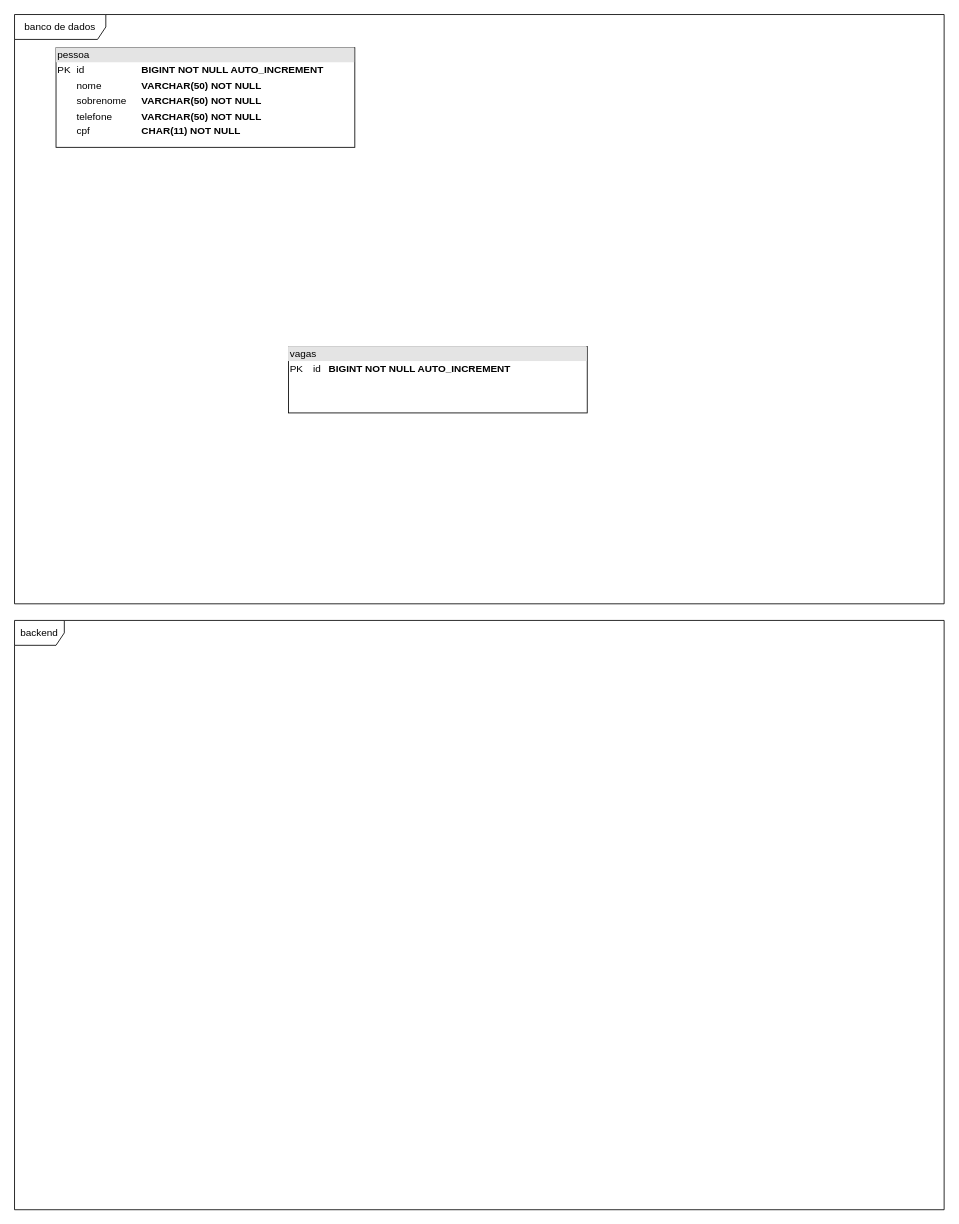
Before: page "EQ4" (4 of 8) of equipes.drawio in hannaBanannaOF/entra21-git-inicio, a draw.io diagram. Source tidied: cells renumbered, new cells numbered last; positions are measured from the earlier drawing's top-left corner, leaving out a move shared by most shapes. Both pictures are drawn from the tidied source at 83%, with x=0, y=0 at pixel (14, 14).
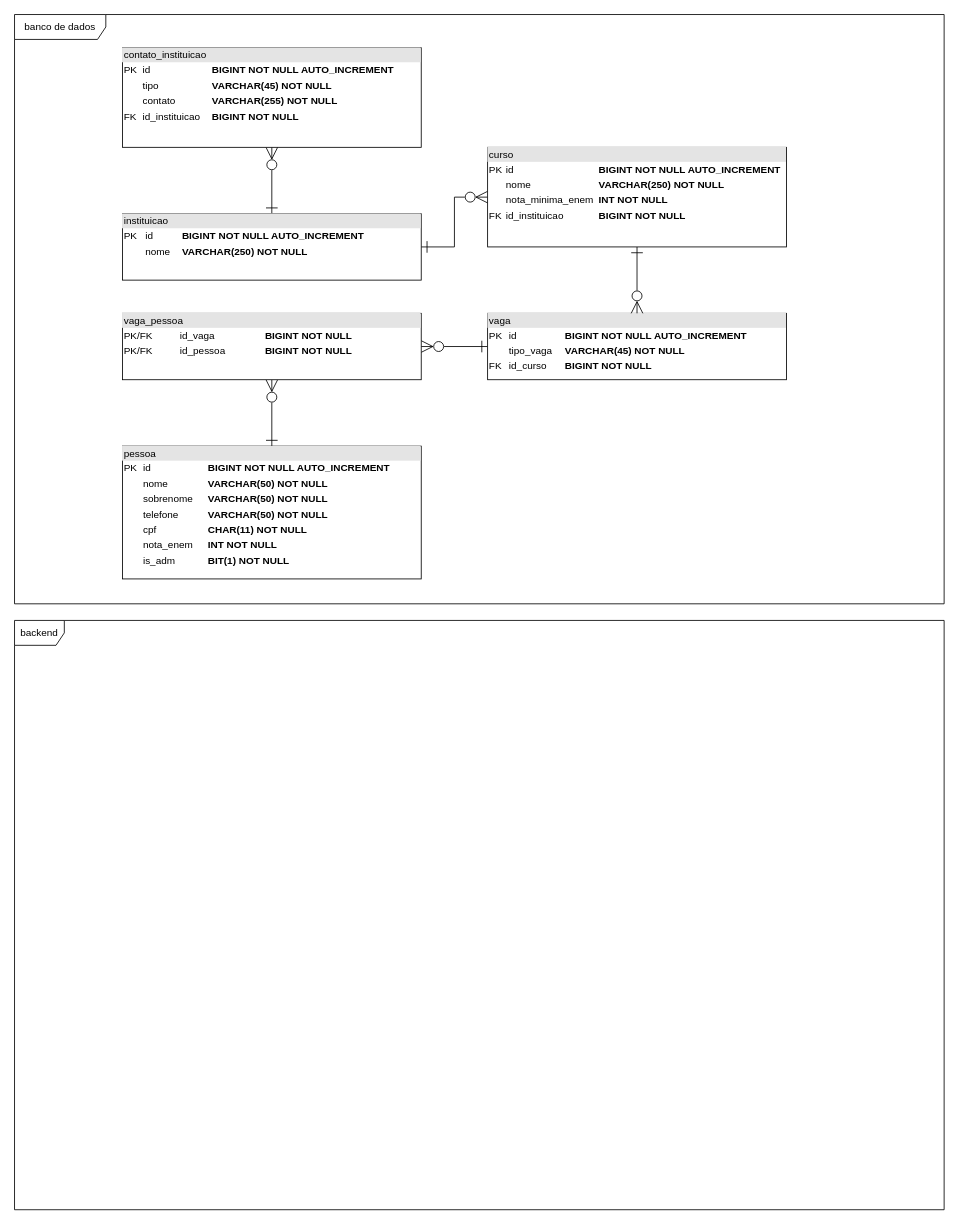
The same page after the edit.

Change to the diagram source:
```diff
@@
 <mxGraphModel>
   <root>
     <mxCell id="0" />
     <mxCell id="1" parent="0" />
     <mxCell id="2" value="banco de dados" style="shape=umlFrame;whiteSpace=wrap;html=1;width=110;height=30;" parent="1" vertex="1">
       <mxGeometry width="1120" height="710" as="geometry" />
     </mxCell>
     <mxCell id="3" value="backend" style="shape=umlFrame;whiteSpace=wrap;html=1;" parent="1" vertex="1">
       <mxGeometry y="730" width="1120" height="710" as="geometry" />
     </mxCell>
+    <mxCell id="6" style="edgeStyle=orthogonalEdgeStyle;rounded=0;jettySize=auto;html=1;exitX=0;exitY=0.5;exitDx=0;exitDy=0;entryX=1;entryY=0.5;entryDx=0;entryDy=0;startArrow=ERone;startFill=0;endArrow=ERzeroToMany;endFill=0;startSize=12;endSize=12;" parent="1" edge="1" source="4" target="13">
+      <mxGeometry relative="1" as="geometry" />
+    </mxCell>
-    <mxCell id="4" value="&lt;div style=&quot;box-sizing:border-box;width:100%;background:#e4e4e4;padding:2px;&quot;&gt;vagas&lt;/div&gt;&lt;table style=&quot;width:100%;font-size:1em;&quot; cellpadding=&quot;2&quot; cellspacing=&quot;0&quot;&gt;&lt;tbody&gt;&lt;tr&gt;&lt;td&gt;PK&lt;/td&gt;&lt;td&gt;id&lt;/td&gt;&lt;td&gt;&lt;b&gt;BIGINT&lt;/b&gt;&amp;nbsp;&lt;b&gt;NOT NULL AUTO_INCREMENT&lt;/b&gt;&lt;br&gt;&lt;/td&gt;&lt;/tr&gt;&lt;tr&gt;&lt;td&gt;&lt;br&gt;&lt;/td&gt;&lt;td&gt;&lt;br&gt;&lt;/td&gt;&lt;td&gt;&lt;br&gt;&lt;/td&gt;&lt;/tr&gt;&lt;/tbody&gt;&lt;/table&gt;" style="verticalAlign=top;align=left;overflow=fill;html=1;" parent="1" vertex="1">
-      <mxGeometry x="330" y="400" width="360" height="80" as="geometry" />
+    <mxCell id="4" value="&lt;div style=&quot;box-sizing:border-box;width:100%;background:#e4e4e4;padding:2px;&quot;&gt;vaga&lt;/div&gt;&lt;table style=&quot;width:100%;font-size:1em;&quot; cellpadding=&quot;2&quot; cellspacing=&quot;0&quot;&gt;&lt;tbody&gt;&lt;tr&gt;&lt;td&gt;PK&lt;/td&gt;&lt;td&gt;id&lt;/td&gt;&lt;td&gt;&lt;b&gt;BIGINT&lt;/b&gt;&amp;nbsp;&lt;b&gt;NOT NULL AUTO_INCREMENT&lt;/b&gt;&lt;br&gt;&lt;/td&gt;&lt;/tr&gt;&lt;tr&gt;&lt;td&gt;&lt;br&gt;&lt;/td&gt;&lt;td&gt;tipo_vaga&lt;/td&gt;&lt;td&gt;&lt;b&gt;VARCHAR(45) NOT NULL&lt;/b&gt;&lt;/td&gt;&lt;/tr&gt;&lt;tr&gt;&lt;td&gt;FK&lt;/td&gt;&lt;td&gt;id_curso&lt;/td&gt;&lt;td&gt;&lt;b&gt;BIGINT NOT NULL&lt;/b&gt;&lt;/td&gt;&lt;/tr&gt;&lt;/tbody&gt;&lt;/table&gt;" style="verticalAlign=top;align=left;overflow=fill;html=1;" parent="1" vertex="1">
+      <mxGeometry x="570" y="360" width="360" height="80" as="geometry" />
     </mxCell>
+    <mxCell id="7" style="edgeStyle=orthogonalEdgeStyle;rounded=0;jettySize=auto;html=1;exitX=0.5;exitY=0;exitDx=0;exitDy=0;entryX=0.5;entryY=1;entryDx=0;entryDy=0;startArrow=ERone;startFill=0;endArrow=ERzeroToMany;endFill=0;startSize=12;endSize=12;" parent="1" edge="1" source="5" target="13">
+      <mxGeometry relative="1" as="geometry" />
+    </mxCell>
-    <mxCell id="5" value="&lt;div style=&quot;box-sizing:border-box;width:100%;background:#e4e4e4;padding:2px;&quot;&gt;pessoa&lt;/div&gt;&lt;table style=&quot;width:100%;font-size:1em;&quot; cellpadding=&quot;2&quot; cellspacing=&quot;0&quot;&gt;&lt;tbody&gt;&lt;tr&gt;&lt;td&gt;PK&lt;/td&gt;&lt;td&gt;id&amp;nbsp;&lt;/td&gt;&lt;td&gt;&lt;b&gt;BIGINT&amp;nbsp;NOT NULL AUTO_INCREMENT&lt;/b&gt;&lt;br&gt;&lt;/td&gt;&lt;/tr&gt;&lt;tr&gt;&lt;td&gt;&lt;br&gt;&lt;/td&gt;&lt;td&gt;nome&amp;nbsp;&lt;br&gt;&lt;/td&gt;&lt;td&gt;&lt;b&gt;VARCHAR(50) NOT NULL&lt;/b&gt;&lt;br&gt;&lt;/td&gt;&lt;/tr&gt;&lt;tr&gt;&lt;td&gt;&lt;br&gt;&lt;/td&gt;&lt;td&gt;sobrenome&amp;nbsp;&lt;br&gt;&lt;/td&gt;&lt;td&gt;&lt;b&gt;VARCHAR(50) NOT NULL&lt;/b&gt;&lt;br&gt;&lt;/td&gt;&lt;/tr&gt;&lt;tr&gt;&lt;td&gt;&lt;br&gt;&lt;/td&gt;&lt;td&gt;telefone&lt;/td&gt;&lt;td&gt;&lt;b&gt;VARCHAR(50) NOT NULL&lt;/b&gt;&lt;/td&gt;&lt;/tr&gt;&lt;tr&gt;&lt;td&gt;&lt;br&gt;&lt;/td&gt;&lt;td&gt;cpf&lt;/td&gt;&lt;td&gt;&lt;b&gt;CHAR(11) NOT NULL&lt;/b&gt;&lt;/td&gt;&lt;/tr&gt;&lt;/tbody&gt;&lt;/table&gt;" style="verticalAlign=top;align=left;overflow=fill;html=1;" parent="1" vertex="1">
-      <mxGeometry x="50" y="40" width="360" height="120" as="geometry" />
+    <mxCell id="5" value="&lt;div style=&quot;box-sizing:border-box;width:100%;background:#e4e4e4;padding:2px;&quot;&gt;pessoa&lt;/div&gt;&lt;table style=&quot;width:100%;font-size:1em;&quot; cellpadding=&quot;2&quot; cellspacing=&quot;0&quot;&gt;&lt;tbody&gt;&lt;tr&gt;&lt;td&gt;PK&lt;/td&gt;&lt;td&gt;id&amp;nbsp;&lt;/td&gt;&lt;td&gt;&lt;b&gt;BIGINT&amp;nbsp;NOT NULL AUTO_INCREMENT&lt;/b&gt;&lt;br&gt;&lt;/td&gt;&lt;/tr&gt;&lt;tr&gt;&lt;td&gt;&lt;br&gt;&lt;/td&gt;&lt;td&gt;nome&amp;nbsp;&lt;br&gt;&lt;/td&gt;&lt;td&gt;&lt;b&gt;VARCHAR(50) NOT NULL&lt;/b&gt;&lt;br&gt;&lt;/td&gt;&lt;/tr&gt;&lt;tr&gt;&lt;td&gt;&lt;br&gt;&lt;/td&gt;&lt;td&gt;sobrenome&amp;nbsp;&lt;br&gt;&lt;/td&gt;&lt;td&gt;&lt;b&gt;VARCHAR(50) NOT NULL&lt;/b&gt;&lt;br&gt;&lt;/td&gt;&lt;/tr&gt;&lt;tr&gt;&lt;td&gt;&lt;br&gt;&lt;/td&gt;&lt;td&gt;telefone&lt;/td&gt;&lt;td&gt;&lt;b&gt;VARCHAR(50) NOT NULL&lt;/b&gt;&lt;/td&gt;&lt;/tr&gt;&lt;tr&gt;&lt;td&gt;&lt;br&gt;&lt;/td&gt;&lt;td&gt;cpf&lt;/td&gt;&lt;td&gt;&lt;b&gt;CHAR(11) NOT NULL&lt;/b&gt;&lt;/td&gt;&lt;/tr&gt;&lt;tr&gt;&lt;td&gt;&lt;br&gt;&lt;/td&gt;&lt;td&gt;nota_enem&lt;/td&gt;&lt;td&gt;&lt;b&gt;INT NOT NULL&lt;/b&gt;&lt;/td&gt;&lt;/tr&gt;&lt;tr&gt;&lt;td&gt;&lt;br&gt;&lt;/td&gt;&lt;td&gt;is_adm&lt;/td&gt;&lt;td&gt;&lt;b&gt;BIT(1) NOT NULL&lt;/b&gt;&lt;/td&gt;&lt;/tr&gt;&lt;/tbody&gt;&lt;/table&gt;" style="verticalAlign=top;align=left;overflow=fill;html=1;" parent="1" vertex="1">
+      <mxGeometry x="130" y="520" width="360" height="160" as="geometry" />
     </mxCell>
+    <mxCell id="8" style="edgeStyle=orthogonalEdgeStyle;rounded=0;jettySize=auto;html=1;exitX=1;exitY=0.5;exitDx=0;exitDy=0;entryX=0;entryY=0.5;entryDx=0;entryDy=0;endArrow=ERzeroToMany;endFill=0;startArrow=ERone;startFill=0;endSize=12;startSize=12;" parent="1" edge="1" source="10" target="12">
+      <mxGeometry relative="1" as="geometry" />
+    </mxCell>
+    <mxCell id="9" style="edgeStyle=orthogonalEdgeStyle;rounded=0;jettySize=auto;html=1;exitX=0.5;exitY=0;exitDx=0;exitDy=0;entryX=0.5;entryY=1;entryDx=0;entryDy=0;startArrow=ERone;startFill=0;endArrow=ERzeroToMany;endFill=0;startSize=12;endSize=12;" parent="1" edge="1" source="10" target="14">
+      <mxGeometry relative="1" as="geometry" />
+    </mxCell>
+    <mxCell id="10" value="&lt;div style=&quot;box-sizing:border-box;width:100%;background:#e4e4e4;padding:2px;&quot;&gt;instituicao&lt;/div&gt;&lt;table style=&quot;width:100%;font-size:1em;&quot; cellpadding=&quot;2&quot; cellspacing=&quot;0&quot;&gt;&lt;tbody&gt;&lt;tr&gt;&lt;td&gt;PK&lt;/td&gt;&lt;td&gt;id&lt;/td&gt;&lt;td&gt;&lt;b&gt;BIGINT&lt;/b&gt;&amp;nbsp;&lt;b&gt;NOT NULL AUTO_INCREMENT&lt;/b&gt;&lt;br&gt;&lt;/td&gt;&lt;/tr&gt;&lt;tr&gt;&lt;td&gt;&lt;br&gt;&lt;/td&gt;&lt;td&gt;nome&lt;/td&gt;&lt;td&gt;&lt;b&gt;VARCHAR(250) NOT NULL&lt;/b&gt;&lt;/td&gt;&lt;/tr&gt;&lt;/tbody&gt;&lt;/table&gt;" style="verticalAlign=top;align=left;overflow=fill;html=1;" parent="1" vertex="1">
+      <mxGeometry x="130" y="240" width="360" height="80" as="geometry" />
+    </mxCell>
+    <mxCell id="11" style="edgeStyle=orthogonalEdgeStyle;rounded=0;jettySize=auto;html=1;exitX=0.5;exitY=1;exitDx=0;exitDy=0;entryX=0.5;entryY=0;entryDx=0;entryDy=0;startArrow=ERone;startFill=0;endArrow=ERzeroToMany;endFill=0;startSize=12;endSize=12;" parent="1" edge="1" source="12" target="4">
+      <mxGeometry relative="1" as="geometry" />
+    </mxCell>
+    <mxCell id="12" value="&lt;div style=&quot;box-sizing:border-box;width:100%;background:#e4e4e4;padding:2px;&quot;&gt;curso&lt;/div&gt;&lt;table style=&quot;width:100%;font-size:1em;&quot; cellpadding=&quot;2&quot; cellspacing=&quot;0&quot;&gt;&lt;tbody&gt;&lt;tr&gt;&lt;td&gt;PK&lt;/td&gt;&lt;td&gt;id&lt;/td&gt;&lt;td&gt;&lt;b&gt;BIGINT&lt;/b&gt;&amp;nbsp;&lt;b&gt;NOT NULL AUTO_INCREMENT&lt;/b&gt;&lt;br&gt;&lt;/td&gt;&lt;/tr&gt;&lt;tr&gt;&lt;td&gt;&lt;br&gt;&lt;/td&gt;&lt;td&gt;nome&lt;/td&gt;&lt;td&gt;&lt;b&gt;VARCHAR(250) NOT NULL&lt;/b&gt;&lt;/td&gt;&lt;/tr&gt;&lt;tr&gt;&lt;td&gt;&lt;br&gt;&lt;/td&gt;&lt;td&gt;nota_minima_enem&lt;/td&gt;&lt;td&gt;&lt;b&gt;INT NOT NULL&lt;/b&gt;&lt;/td&gt;&lt;/tr&gt;&lt;tr&gt;&lt;td&gt;FK&lt;/td&gt;&lt;td&gt;id_instituicao&lt;/td&gt;&lt;td&gt;&lt;b&gt;BIGINT NOT NULL&lt;/b&gt;&lt;/td&gt;&lt;/tr&gt;&lt;/tbody&gt;&lt;/table&gt;" style="verticalAlign=top;align=left;overflow=fill;html=1;" parent="1" vertex="1">
+      <mxGeometry x="570" y="160" width="360" height="120" as="geometry" />
+    </mxCell>
+    <mxCell id="13" value="&lt;div style=&quot;box-sizing:border-box;width:100%;background:#e4e4e4;padding:2px;&quot;&gt;vaga_pessoa&lt;/div&gt;&lt;table style=&quot;width:100%;font-size:1em;&quot; cellpadding=&quot;2&quot; cellspacing=&quot;0&quot;&gt;&lt;tbody&gt;&lt;tr&gt;&lt;td&gt;PK/FK&lt;/td&gt;&lt;td&gt;id_vaga&lt;/td&gt;&lt;td&gt;&lt;b&gt;BIGINT&lt;/b&gt;&amp;nbsp;&lt;b&gt;NOT NULL&lt;/b&gt;&lt;br&gt;&lt;/td&gt;&lt;/tr&gt;&lt;tr&gt;&lt;td&gt;PK/FK&lt;/td&gt;&lt;td&gt;id_pessoa&lt;/td&gt;&lt;td&gt;&lt;b&gt;BIGINT NOT NULL&lt;/b&gt;&lt;/td&gt;&lt;/tr&gt;&lt;tr&gt;&lt;td&gt;&lt;br&gt;&lt;/td&gt;&lt;td&gt;&lt;br&gt;&lt;/td&gt;&lt;td&gt;&lt;br&gt;&lt;/td&gt;&lt;/tr&gt;&lt;/tbody&gt;&lt;/table&gt;" style="verticalAlign=top;align=left;overflow=fill;html=1;" parent="1" vertex="1">
+      <mxGeometry x="130" y="360" width="360" height="80" as="geometry" />
+    </mxCell>
+    <mxCell id="14" value="&lt;div style=&quot;box-sizing:border-box;width:100%;background:#e4e4e4;padding:2px;&quot;&gt;contato_instituicao&lt;/div&gt;&lt;table style=&quot;width:100%;font-size:1em;&quot; cellpadding=&quot;2&quot; cellspacing=&quot;0&quot;&gt;&lt;tbody&gt;&lt;tr&gt;&lt;td&gt;PK&lt;/td&gt;&lt;td&gt;id&lt;/td&gt;&lt;td&gt;&lt;b&gt;BIGINT&lt;/b&gt;&amp;nbsp;&lt;b&gt;NOT NULL AUTO_INCREMENT&lt;/b&gt;&lt;br&gt;&lt;/td&gt;&lt;/tr&gt;&lt;tr&gt;&lt;td&gt;&lt;br&gt;&lt;/td&gt;&lt;td&gt;tipo&lt;/td&gt;&lt;td&gt;&lt;b&gt;VARCHAR(45) NOT NULL&lt;/b&gt;&lt;/td&gt;&lt;/tr&gt;&lt;tr&gt;&lt;td&gt;&lt;br&gt;&lt;/td&gt;&lt;td&gt;contato&lt;/td&gt;&lt;td&gt;&lt;b&gt;VARCHAR(255) NOT NULL&lt;/b&gt;&lt;/td&gt;&lt;/tr&gt;&lt;tr&gt;&lt;td&gt;FK&lt;/td&gt;&lt;td&gt;id_instituicao&lt;/td&gt;&lt;td&gt;&lt;b&gt;BIGINT NOT NULL&lt;/b&gt;&lt;/td&gt;&lt;/tr&gt;&lt;/tbody&gt;&lt;/table&gt;" style="verticalAlign=top;align=left;overflow=fill;html=1;" parent="1" vertex="1">
+      <mxGeometry x="130" y="40" width="360" height="120" as="geometry" />
+    </mxCell>
   </root>
 </mxGraphModel>
```
